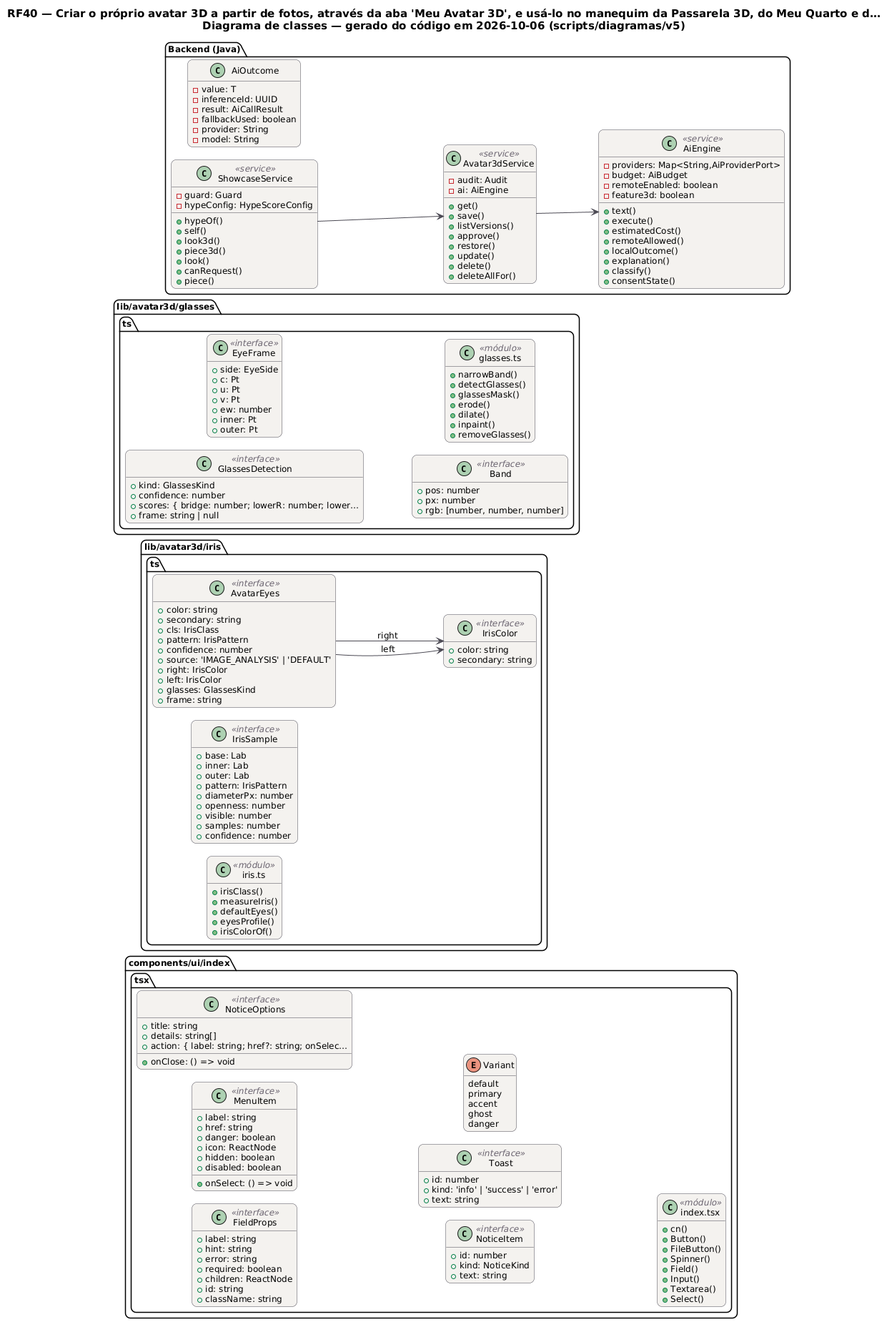
Above: docs/diagramas/RF40/RF40_Classes.png in MatheusHaliski/tcc-2026-fashion-ai-backend (PlantUML), before the change.
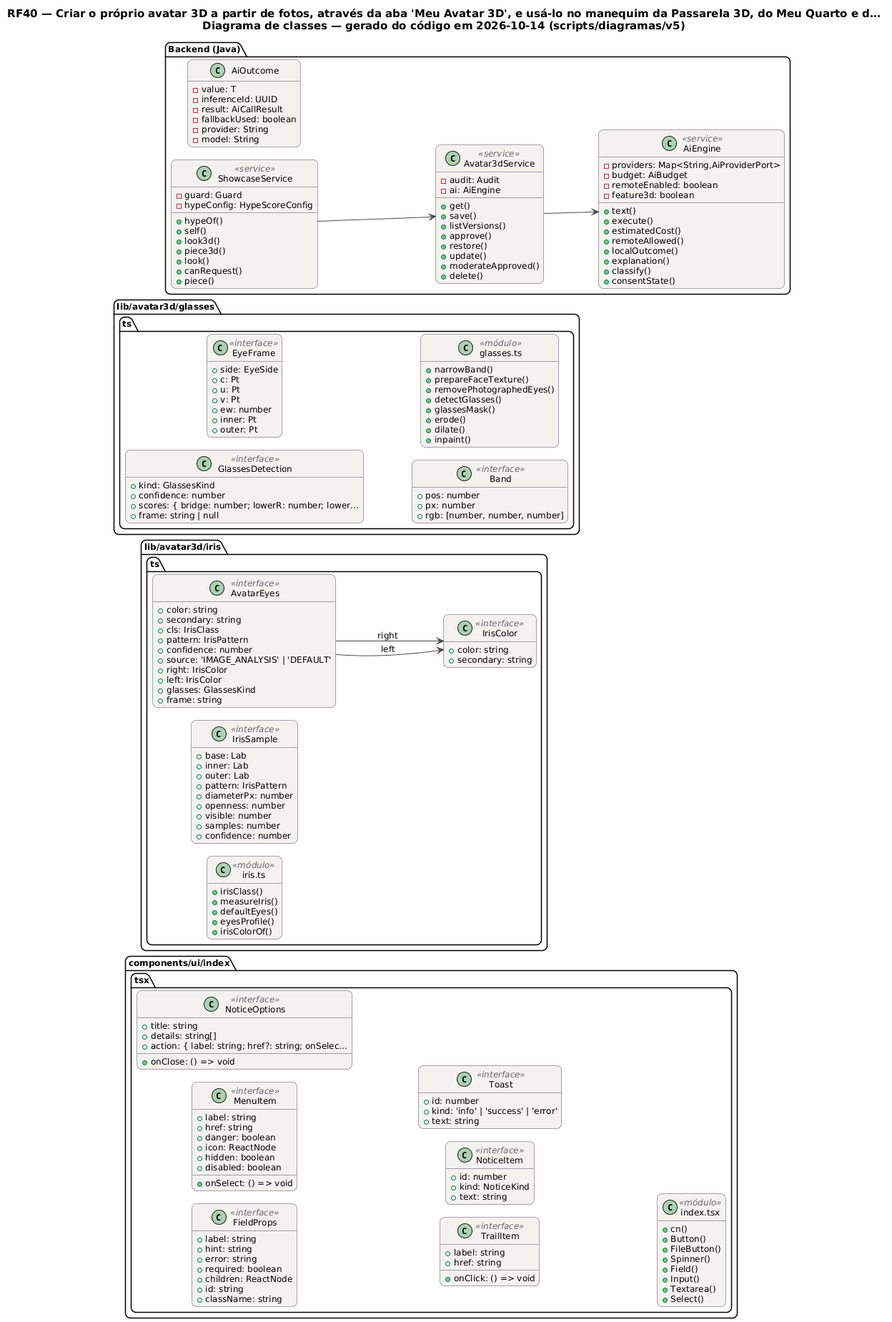
After the commit.

The edit, as a diff of the source:
```diff
@@ -20,7 +20,7 @@
 }
 hide empty members
 left to right direction
-title RF40 — Criar o próprio avatar 3D a partir de fotos, através da aba 'Meu Avatar 3D', e usá-lo no manequim da Passarela 3D, do Meu Quarto e d…\nDiagrama de classes — gerado do código em 2026-10-06 (scripts/diagramas/v5)
+title RF40 — Criar o próprio avatar 3D a partir de fotos, através da aba 'Meu Avatar 3D', e usá-lo no manequim da Passarela 3D, do Meu Quarto e d…\nDiagrama de classes — gerado do código em 2026-10-14 (scripts/diagramas/v5)
 
 package "components/ui/index.tsx" {
   class FieldProps as "FieldProps" <<interface>> {
@@ -47,6 +47,11 @@
     +action: { label: string; href?: string; onSelec…
     +onClose: () => void
   }
+  class TrailItem as "TrailItem" <<interface>> {
+    +label: string
+    +onClick: () => void
+    +href: string
+  }
   class NoticeItem as "NoticeItem" <<interface>> {
     +id: number
     +kind: NoticeKind
@@ -56,13 +61,6 @@
     +id: number
     +kind: 'info' | 'success' | 'error'
     +text: string
-  }
-  enum Variant as "Variant" {
-    default
-    primary
-    accent
-    ghost
-    danger
   }
   class mod_index_tsx as "index.tsx" <<módulo>> {
     +cn()
@@ -134,12 +132,13 @@
   }
   class mod_glasses_ts as "glasses.ts" <<módulo>> {
     +narrowBand()
+    +prepareFaceTexture()
+    +removePhotographedEyes()
     +detectGlasses()
     +glassesMask()
     +erode()
     +dilate()
     +inpaint()
-    +removeGlasses()
   }
 }
 package "Backend (Java)" {
@@ -174,8 +173,8 @@
     +approve()
     +restore()
     +update()
+    +moderateApproved()
     +delete()
-    +deleteAllFor()
   }
   class ShowcaseService <<service>> {
     -guard: Guard
```
